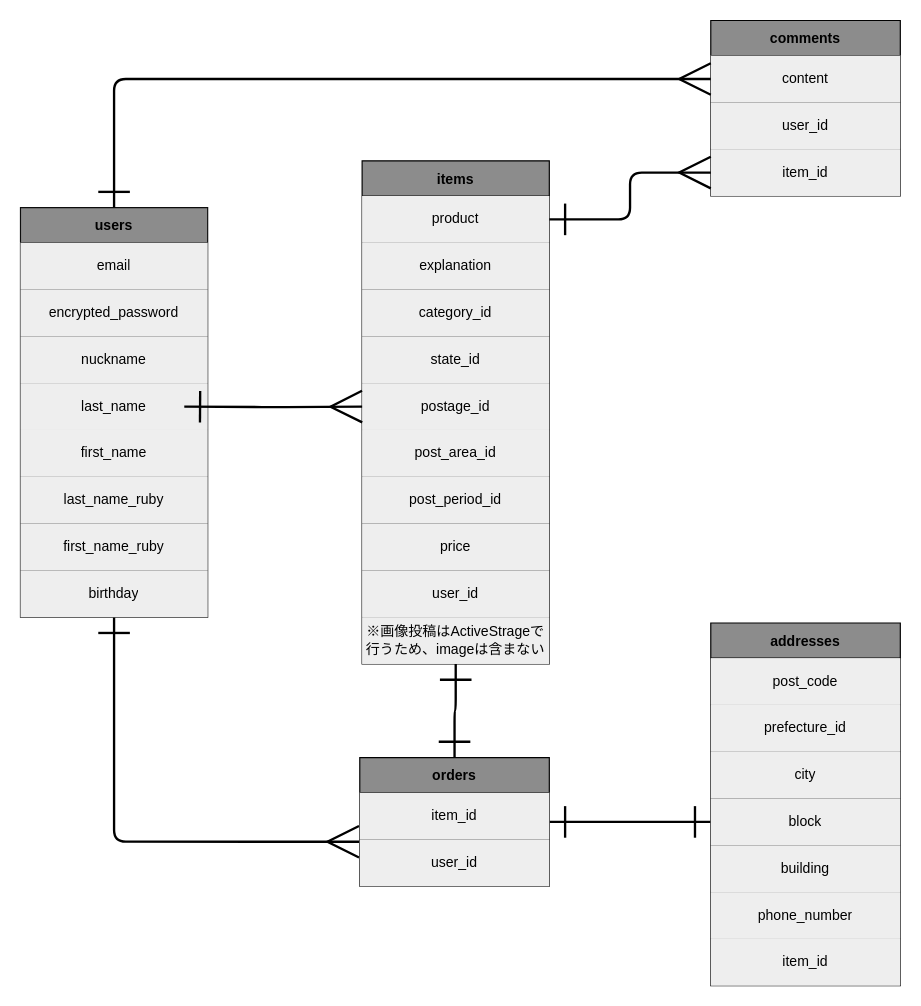
yamachan32/furima-37653 keeps this draw.io diagram as furima-37653-ER.dio. Above is the earlier version. Source tidied: cells renumbered, new cells numbered last; positions are measured from the earlier drawing's top-left corner, leaving out a move shared by most shapes. Both pictures are drawn from the tidied source at 117%, with x=0, y=0 at pixel (20, 20).
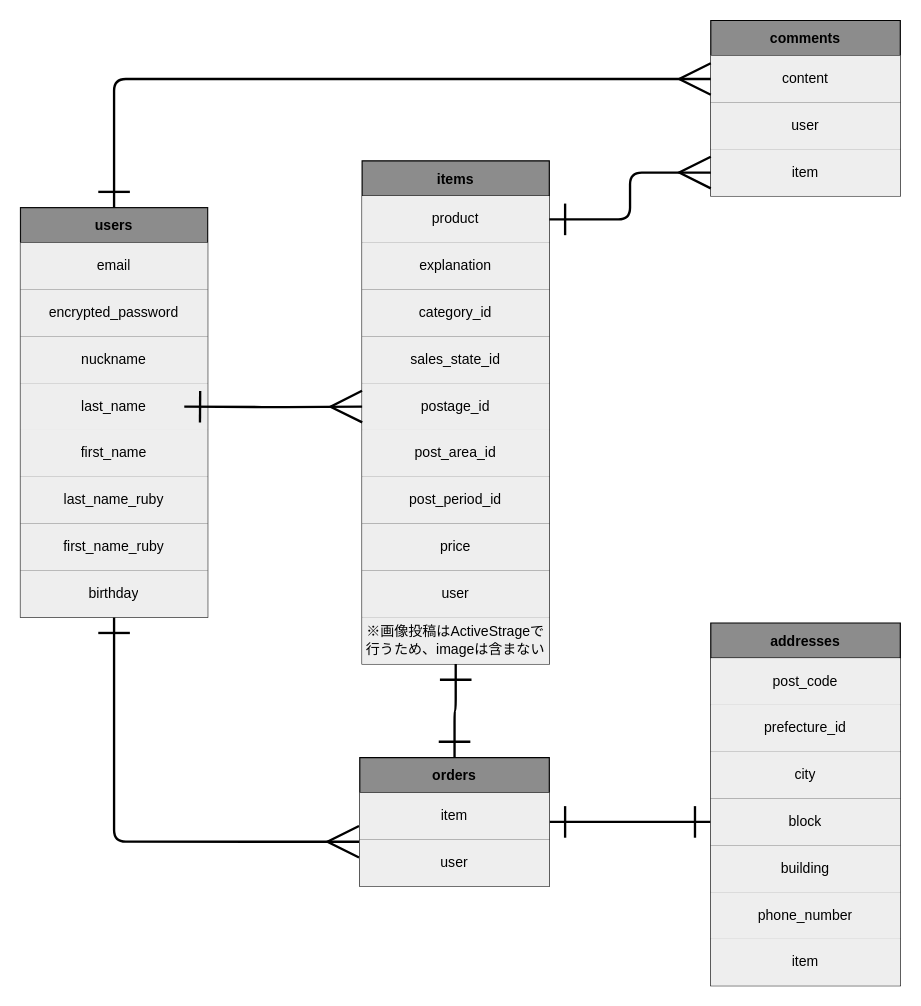
The same diagram, later.

Commit message (it also covers changes not shown here):
Issue3データベース設計

- pull requestへのコメントについての修正

Unchanged cells that the change refers to:
```xml
<mxCell id="28" style="shape=partialRectangle;html=1;whiteSpace=wrap;fillColor=none;top=0;left=0;bottom=0;right=0;" parent="21" vertex="1">
  <mxGeometry y="150" width="160" height="40" as="geometry" />
</mxCell>
<mxCell id="38" style="shape=partialRectangle;html=1;whiteSpace=wrap;fillColor=none;top=0;left=0;bottom=0;right=0;" parent="21" vertex="1">
  <mxGeometry y="350" width="160" height="40" as="geometry" />
</mxCell>
<mxCell id="45" style="shape=partialRectangle;html=1;whiteSpace=wrap;fillColor=none;top=0;left=0;bottom=0;right=0;" parent="42" vertex="1">
  <mxGeometry y="70" width="162" height="40" as="geometry" />
</mxCell>
<mxCell id="47" style="shape=partialRectangle;html=1;whiteSpace=wrap;fillColor=none;top=0;left=0;bottom=0;right=0;points=[[0,0.5],[1,0.5]];portConstraint=eastwest;" parent="42" vertex="1">
  <mxGeometry y="110" width="162" height="40" as="geometry" />
</mxCell>
<mxCell id="51" style="shape=partialRectangle;html=1;whiteSpace=wrap;fillColor=none;top=0;left=0;bottom=0;right=0;" parent="50" vertex="1">
  <mxGeometry y="30" width="162" height="40" as="geometry" />
</mxCell>
<mxCell id="53" style="shape=partialRectangle;html=1;whiteSpace=wrap;fillColor=none;top=0;left=0;bottom=0;right=0;points=[[0,0.5],[1,0.5]];portConstraint=eastwest;" parent="50" vertex="1">
  <mxGeometry y="70" width="162" height="40" as="geometry" />
</mxCell>
<mxCell id="73" style="shape=partialRectangle;html=1;whiteSpace=wrap;fillColor=none;top=0;left=0;bottom=0;right=0;" parent="60" vertex="1">
  <mxGeometry y="270" width="162" height="40" as="geometry" />
</mxCell>
```

What changed in the source:
```diff
@@
-    <mxCell id="29" value="state_id" style="shape=partialRectangle;html=1;whiteSpace=wrap;fillColor=#eeeeee;top=0;left=0;bottom=0;right=0;overflow=hidden;labelBackgroundColor=none;strokeColor=#36393d;fontColor=#000000;" parent="28" vertex="1">
+    <mxCell id="29" value="sales_state_id" style="shape=partialRectangle;html=1;whiteSpace=wrap;fillColor=#eeeeee;top=0;left=0;bottom=0;right=0;overflow=hidden;labelBackgroundColor=none;strokeColor=#36393d;fontColor=#000000;" parent="28" vertex="1">
       <mxGeometry width="160" height="40" as="geometry" />
     </mxCell>
@@
-    <mxCell id="39" value="user_id" style="shape=partialRectangle;html=1;whiteSpace=wrap;fillColor=#eeeeee;top=0;left=0;bottom=0;right=0;overflow=hidden;labelBackgroundColor=none;strokeColor=#36393d;fontColor=#000000;" parent="38" vertex="1">
+    <mxCell id="39" value="user" style="shape=partialRectangle;html=1;whiteSpace=wrap;fillColor=#eeeeee;top=0;left=0;bottom=0;right=0;overflow=hidden;labelBackgroundColor=none;strokeColor=#36393d;fontColor=#000000;" parent="38" vertex="1">
       <mxGeometry width="160" height="40" as="geometry" />
     </mxCell>
@@
-    <mxCell id="46" value="user_id" style="shape=partialRectangle;html=1;whiteSpace=wrap;fillColor=#eeeeee;top=0;left=0;bottom=0;right=0;overflow=hidden;strokeColor=#36393d;fontColor=#000000;" parent="45" vertex="1">
+    <mxCell id="46" value="user" style="shape=partialRectangle;html=1;whiteSpace=wrap;fillColor=#eeeeee;top=0;left=0;bottom=0;right=0;overflow=hidden;strokeColor=#36393d;fontColor=#000000;" parent="45" vertex="1">
       <mxGeometry width="162" height="40" as="geometry" />
     </mxCell>
@@
-    <mxCell id="48" value="item_id" style="shape=partialRectangle;html=1;whiteSpace=wrap;fillColor=#eeeeee;top=0;left=0;bottom=0;right=0;overflow=hidden;strokeColor=#36393d;fontColor=#000000;" parent="47" vertex="1">
+    <mxCell id="48" value="item" style="shape=partialRectangle;html=1;whiteSpace=wrap;fillColor=#eeeeee;top=0;left=0;bottom=0;right=0;overflow=hidden;strokeColor=#36393d;fontColor=#000000;" parent="47" vertex="1">
       <mxGeometry width="162" height="40" as="geometry" />
     </mxCell>
@@
-    <mxCell id="52" value="item_id" style="shape=partialRectangle;html=1;whiteSpace=wrap;fillColor=#eeeeee;top=0;left=0;bottom=0;right=0;overflow=hidden;strokeColor=#36393d;fontColor=#000000;" parent="51" vertex="1">
+    <mxCell id="52" value="item" style="shape=partialRectangle;html=1;whiteSpace=wrap;fillColor=#eeeeee;top=0;left=0;bottom=0;right=0;overflow=hidden;strokeColor=#36393d;fontColor=#000000;" parent="51" vertex="1">
       <mxGeometry width="162" height="40" as="geometry" />
     </mxCell>
@@
-    <mxCell id="54" value="user_id" style="shape=partialRectangle;html=1;whiteSpace=wrap;fillColor=#eeeeee;top=0;left=0;bottom=0;right=0;overflow=hidden;strokeColor=#36393d;fontColor=#000000;" parent="53" vertex="1">
+    <mxCell id="54" value="user" style="shape=partialRectangle;html=1;whiteSpace=wrap;fillColor=#eeeeee;top=0;left=0;bottom=0;right=0;overflow=hidden;strokeColor=#36393d;fontColor=#000000;" parent="53" vertex="1">
       <mxGeometry width="162" height="40" as="geometry" />
     </mxCell>
@@
-    <mxCell id="74" value="item_id" style="shape=partialRectangle;html=1;whiteSpace=wrap;fillColor=#eeeeee;top=0;left=0;bottom=0;right=0;overflow=hidden;strokeColor=#36393d;fontColor=#000000;" parent="73" vertex="1">
+    <mxCell id="74" value="item" style="shape=partialRectangle;html=1;whiteSpace=wrap;fillColor=#eeeeee;top=0;left=0;bottom=0;right=0;overflow=hidden;strokeColor=#36393d;fontColor=#000000;" parent="73" vertex="1">
       <mxGeometry width="162" height="40" as="geometry" />
     </mxCell>
```
